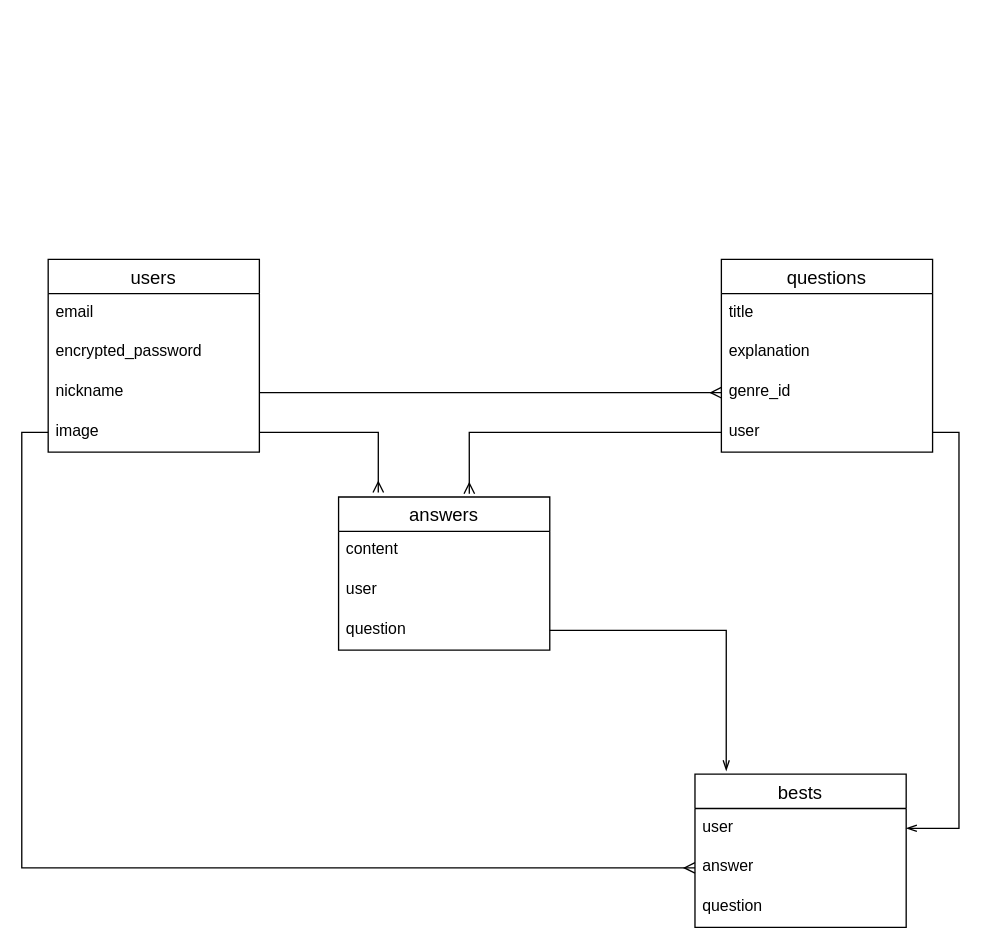
Earlier version of the draw.io diagram nurse.dio (kei-toriki/nurse_app). Source tidied: cells renumbered, new cells numbered last; positions are measured from the earlier drawing's top-left corner, leaving out a move shared by most shapes. Both pictures are drawn from the tidied source at 132%, with x=0, y=0 at pixel (48, 259).
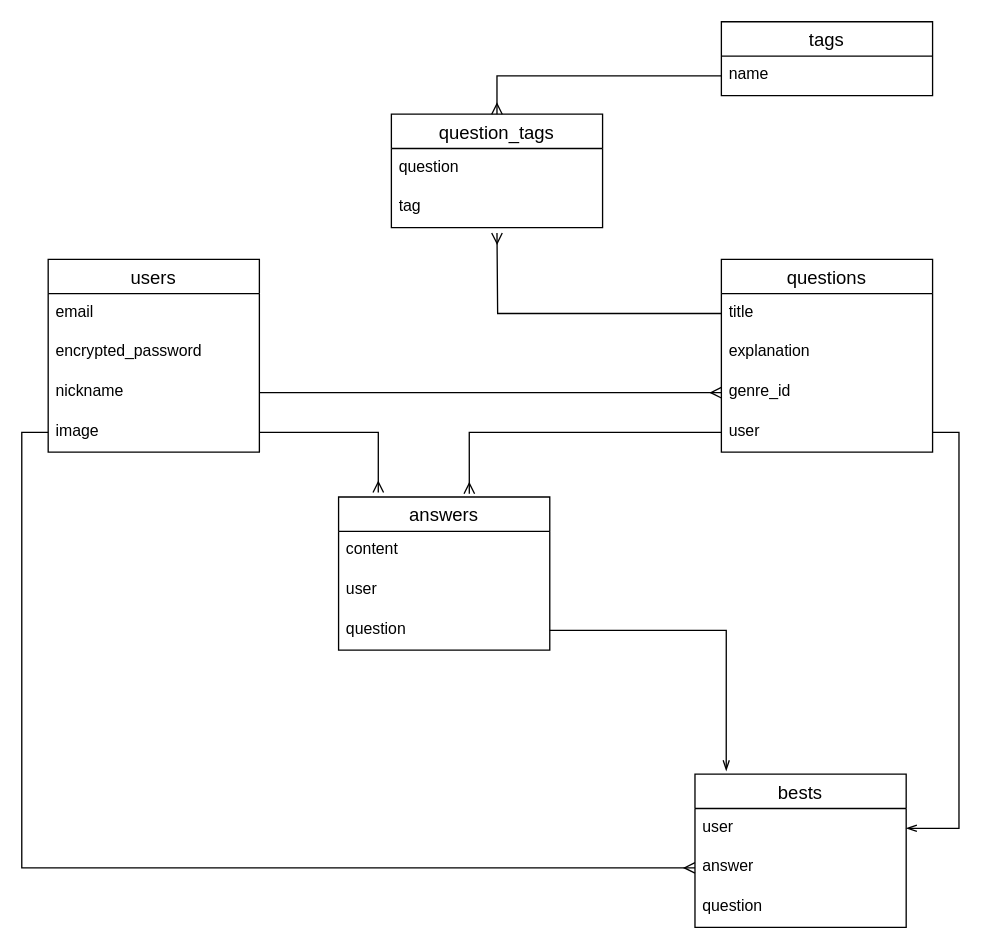
The same page after the edit.

Unchanged cells that the change refers to:
```xml
<mxCell id="7" value="title" style="text;strokeColor=none;fillColor=none;spacingLeft=4;spacingRight=4;overflow=hidden;points=[[0,0.5],[1,0.5]];portConstraint=eastwest;fontSize=12;" parent="6" vertex="1">
  <mxGeometry y="26" width="160" height="30" as="geometry" />
</mxCell>
```

Change to the diagram source:
```diff
@@
+    <mxCell id="26" value="tags" style="swimlane;fontStyle=0;horizontal=1;startSize=26;align=center;fontSize=14;" parent="1" vertex="1">
+      <mxGeometry x="510" y="-180" width="160" height="56" as="geometry" />
+    </mxCell>
+    <mxCell id="27" value="name" style="text;strokeColor=none;fillColor=none;spacingLeft=4;spacingRight=4;overflow=hidden;points=[[0,0.5],[1,0.5]];portConstraint=eastwest;fontSize=12;" parent="26" vertex="1">
+      <mxGeometry y="26" width="160" height="30" as="geometry" />
+    </mxCell>
+    <mxCell id="28" value="question_tags" style="swimlane;fontStyle=0;horizontal=1;startSize=26;align=center;fontSize=14;" parent="1" vertex="1">
+      <mxGeometry x="260" y="-110" width="160" height="86" as="geometry" />
+    </mxCell>
+    <mxCell id="29" value="question" style="text;strokeColor=none;fillColor=none;spacingLeft=4;spacingRight=4;overflow=hidden;fontSize=12;" parent="28" vertex="1">
+      <mxGeometry y="26" width="160" height="30" as="geometry" />
+    </mxCell>
+    <mxCell id="30" value="tag" style="text;strokeColor=none;fillColor=none;spacingLeft=4;spacingRight=4;overflow=hidden;fontSize=12;" parent="28" vertex="1">
+      <mxGeometry y="56" width="160" height="30" as="geometry" />
+    </mxCell>
+    <mxCell id="31" style="edgeStyle=orthogonalEdgeStyle;rounded=0;jettySize=auto;html=1;exitX=0;exitY=0.5;exitDx=0;exitDy=0;entryX=0.5;entryY=0;entryDx=0;entryDy=0;endArrow=ERmany;endFill=0;" parent="1" edge="1" source="27" target="28">
+      <mxGeometry relative="1" as="geometry" />
+    </mxCell>
+    <mxCell id="32" style="edgeStyle=orthogonalEdgeStyle;rounded=0;jettySize=auto;html=1;exitX=0;exitY=0.5;exitDx=0;exitDy=0;endArrow=ERmany;endFill=0;" parent="1" edge="1" source="7">
+      <mxGeometry relative="1" as="geometry">
+        <mxPoint x="340" y="-20" as="targetPoint" />
+      </mxGeometry>
+    </mxCell>
```
